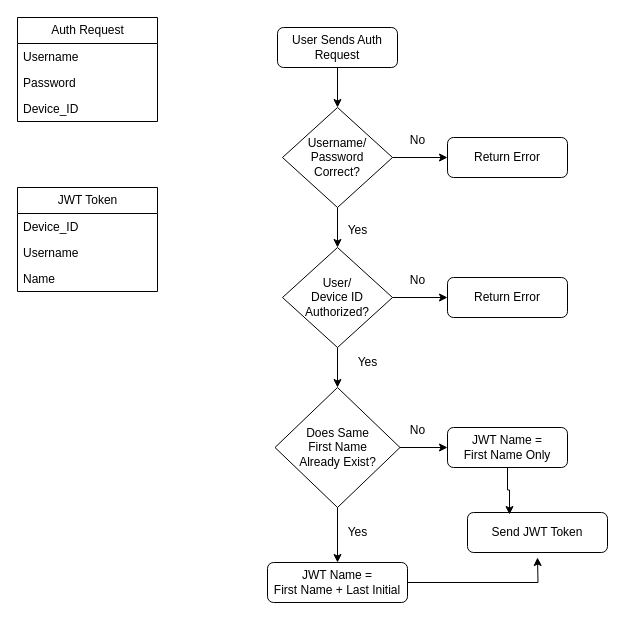
This is Diagrams/Authentication.drawio from david-ruffner/InventoryTrackerController, a draw.io file, before an edit. Source tidied: cells renumbered, new cells numbered last; positions are measured from the earlier drawing's top-left corner, leaving out a move shared by most shapes. Both pictures are drawn from the tidied source at 100%, with x=0, y=0 at pixel (17, 17).
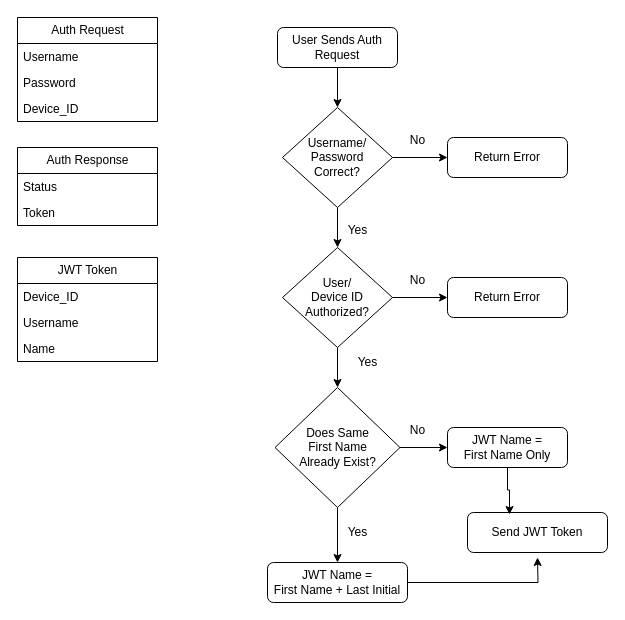
After the change.

The edit, as a diff of the source:
```diff
@@
     <mxCell id="4" value="JWT Token" style="swimlane;fontStyle=0;horizontal=1;startSize=26;fillColor=none;html=1;" parent="1" vertex="1">
-      <mxGeometry y="170" width="140" height="104" as="geometry" />
+      <mxGeometry y="240" width="140" height="104" as="geometry" />
     </mxCell>
@@
+    <mxCell id="34" value="Auth Response" style="swimlane;fontStyle=0;horizontal=1;startSize=26;fillColor=none;html=1;" parent="1" vertex="1">
+      <mxGeometry y="130" width="140" height="78" as="geometry" />
+    </mxCell>
+    <mxCell id="35" value="Status" style="text;strokeColor=none;fillColor=none;align=left;verticalAlign=top;spacingLeft=4;spacingRight=4;overflow=hidden;whiteSpace=wrap;html=1;" parent="34" vertex="1">
+      <mxGeometry y="26" width="140" height="26" as="geometry" />
+    </mxCell>
+    <mxCell id="36" value="Token" style="text;strokeColor=none;fillColor=none;align=left;verticalAlign=top;spacingLeft=4;spacingRight=4;overflow=hidden;whiteSpace=wrap;html=1;" parent="34" vertex="1">
+      <mxGeometry y="52" width="140" height="26" as="geometry" />
+    </mxCell>
```
